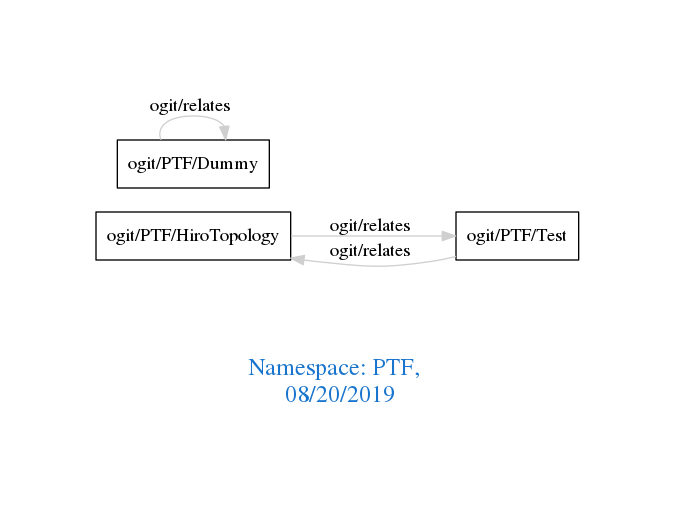
Above: downloads/PTF.png in arago/OGIT (Graphviz), before the change. Its source is kept beside it as downloads/PTF.dot.
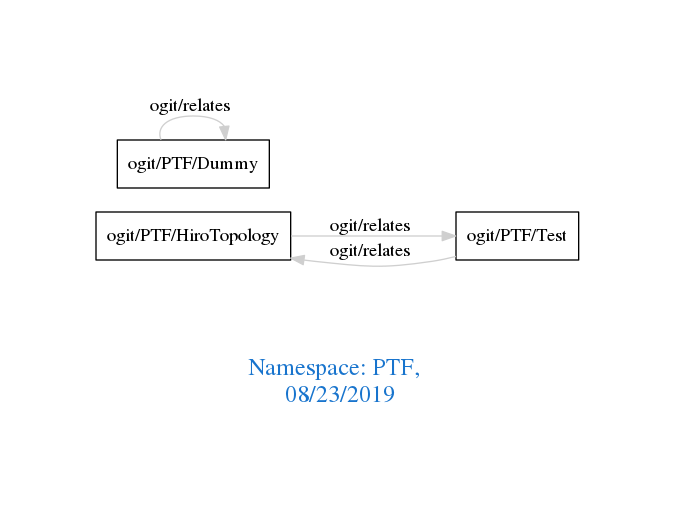
After the commit.

The edit, as a diff of the source:
```diff
@@ -1,7 +1,7 @@
 digraph OGIT_ontology {
  graph [ rankdir= LR,pad=1
 fontsize = 18,
-fontcolor= dodgerblue3,label = "\n\n\nNamespace: PTF, \n 08/20/2019"];
+fontcolor= dodgerblue3,label = "\n\n\nNamespace: PTF, \n 08/23/2019"];
 node[shape=polygon];
 edge [  color="gray81"];
 
```
